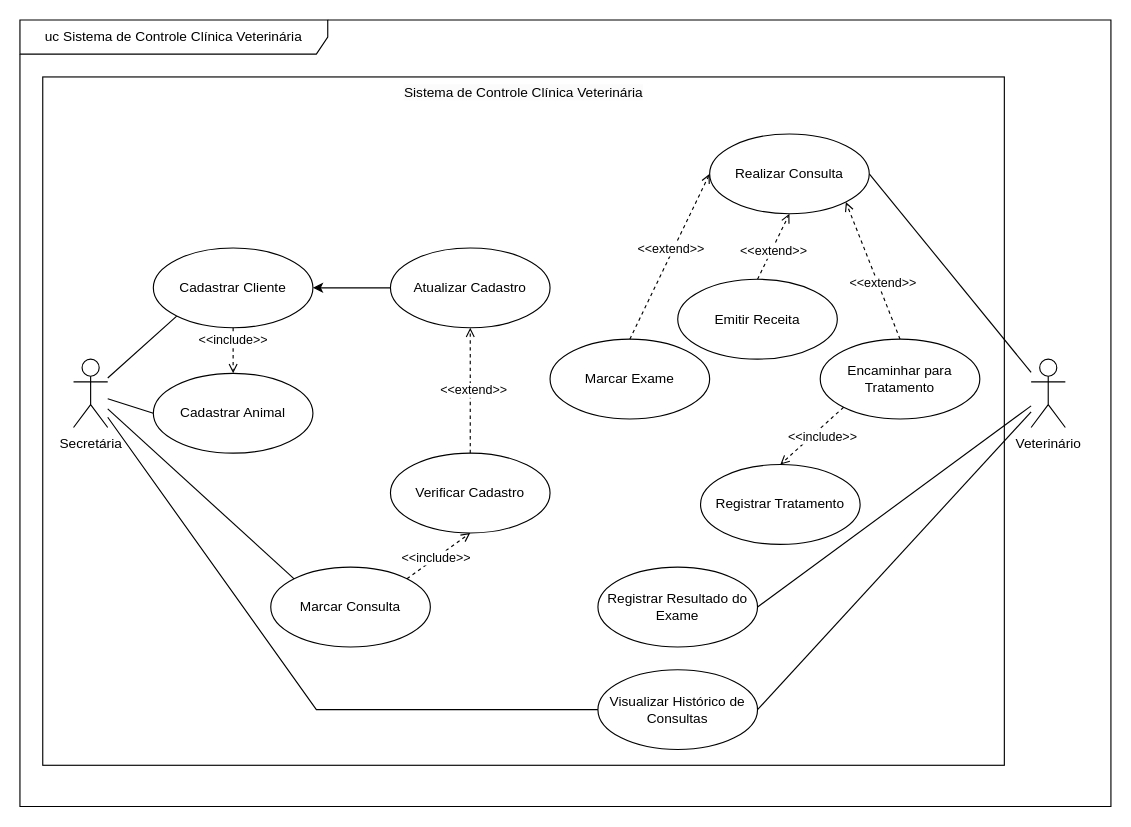
The draw.io diagram UC-Clinica-Veterinária(PDS).drawio in Beneilton-Martins/Sistema-de-Controle-de-Cl-nica-Veterin-ria, before the edit. Source tidied: cells renumbered, new cells numbered last; positions are measured from the earlier drawing's top-left corner, leaving out a move shared by most shapes. Both pictures are drawn from the tidied source at 114%, with x=0, y=0 at pixel (19, 19).
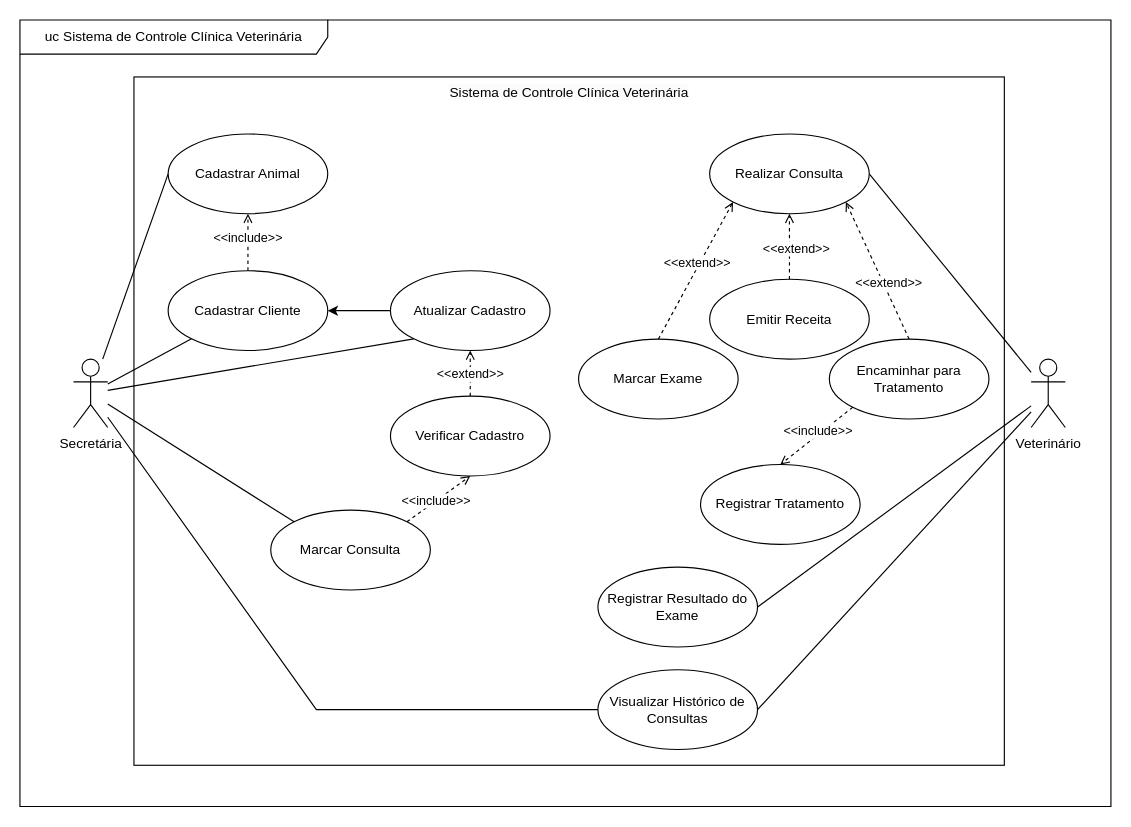
Above is the later version.

The change refers to these unchanged cells:
```xml
<mxCell id="7" value="Secretária" style="shape=umlActor;verticalLabelPosition=bottom;verticalAlign=top;html=1;align=center;labelBackgroundColor=#FFFFFF;labelBorderColor=none;" parent="1" vertex="1">
  <mxGeometry x="47" y="297.5" width="30" height="60" as="geometry" />
</mxCell>
<mxCell id="24" value="Realizar Consulta" style="ellipse;whiteSpace=wrap;html=1;align=center;" parent="1" vertex="1">
  <mxGeometry x="605" y="100" width="140" height="70" as="geometry" />
</mxCell>
<mxCell id="27" value="Registrar Tratamento" style="ellipse;whiteSpace=wrap;html=1;align=center;" parent="1" vertex="1">
  <mxGeometry x="597" y="390" width="140" height="70" as="geometry" />
</mxCell>
```

The edit, as a diff of the source:
```diff
@@
     <mxCell id="2" value="&lt;span style=&quot;color: rgb(0, 0, 0); font-family: Helvetica; font-size: 12px; font-style: normal; font-variant-ligatures: normal; font-variant-caps: normal; font-weight: 400; letter-spacing: normal; orphans: 2; text-indent: 0px; text-transform: none; widows: 2; word-spacing: 0px; -webkit-text-stroke-width: 0px; background-color: rgb(251, 251, 251); text-decoration-thickness: initial; text-decoration-style: initial; text-decoration-color: initial; float: none; display: inline !important;&quot;&gt;Sistema de Controle Clínica Veterinária&lt;/span&gt;" style="html=1;whiteSpace=wrap;align=center;verticalAlign=top;" parent="1" vertex="1">
-      <mxGeometry x="20" y="50" width="843.5" height="603.8" as="geometry" />
+      <mxGeometry x="100" y="50" width="763.5" height="603.8" as="geometry" />
     </mxCell>
@@
     <mxCell id="5" value="Cadastrar Animal" style="ellipse;whiteSpace=wrap;html=1;align=center;" parent="1" vertex="1">
-      <mxGeometry x="117" y="310" width="140" height="70" as="geometry" />
+      <mxGeometry x="130" y="100" width="140" height="70" as="geometry" />
     </mxCell>
@@
+    <mxCell id="33" style="rounded=0;jettySize=auto;html=1;exitX=0;exitY=1;exitDx=0;exitDy=0;endArrow=none;endFill=0;" parent="1" edge="1" source="9" target="7">
+      <mxGeometry relative="1" as="geometry" />
+    </mxCell>
     <mxCell id="9" value="Atualizar Cadastro" style="ellipse;whiteSpace=wrap;html=1;verticalAlign=middle;align=center;" parent="1" vertex="1">
-      <mxGeometry x="325" y="200" width="140" height="70" as="geometry" />
+      <mxGeometry x="325" y="220" width="140" height="70" as="geometry" />
     </mxCell>
@@
     <mxCell id="11" value="Cadastrar Cliente" style="ellipse;whiteSpace=wrap;html=1;align=center;" parent="1" vertex="1">
-      <mxGeometry x="117" y="200" width="140" height="70" as="geometry" />
+      <mxGeometry x="130" y="220" width="140" height="70" as="geometry" />
     </mxCell>
     <mxCell id="12" value="Marcar Consulta" style="ellipse;whiteSpace=wrap;html=1;align=center;" parent="1" vertex="1">
-      <mxGeometry x="220" y="480" width="140" height="70" as="geometry" />
+      <mxGeometry x="220" y="430" width="140" height="70" as="geometry" />
     </mxCell>
     <mxCell id="13" value="Marcar Exame" style="ellipse;whiteSpace=wrap;html=1;align=center;" parent="1" vertex="1">
-      <mxGeometry x="465" y="280" width="140" height="70" as="geometry" />
+      <mxGeometry x="490" y="280" width="140" height="70" as="geometry" />
     </mxCell>
@@
     <mxCell id="16" value="Emitir Receita" style="ellipse;whiteSpace=wrap;html=1;align=center;" parent="1" vertex="1">
-      <mxGeometry x="577" y="227.5" width="140" height="70" as="geometry" />
+      <mxGeometry x="605" y="227.5" width="140" height="70" as="geometry" />
     </mxCell>
     <mxCell id="17" value="Encaminhar para Tratamento" style="ellipse;whiteSpace=wrap;html=1;align=center;" parent="1" vertex="1">
-      <mxGeometry x="702" y="280" width="140" height="70" as="geometry" />
+      <mxGeometry x="710" y="280" width="140" height="70" as="geometry" />
     </mxCell>
@@
-    <mxCell id="25" value="&amp;lt;&amp;lt;extend&amp;gt;&amp;gt;" style="html=1;verticalAlign=bottom;labelBackgroundColor=default;endArrow=open;endFill=0;dashed=1;rounded=0;entryX=0;entryY=0.5;entryDx=0;entryDy=0;exitX=0.5;exitY=0;exitDx=0;exitDy=0;align=center;" parent="1" edge="1" source="13" target="24">
+    <mxCell id="25" value="&amp;lt;&amp;lt;extend&amp;gt;&amp;gt;" style="html=1;verticalAlign=bottom;labelBackgroundColor=default;endArrow=open;endFill=0;dashed=1;rounded=0;entryX=0;entryY=1;entryDx=0;entryDy=0;exitX=0.5;exitY=0;exitDx=0;exitDy=0;align=center;" parent="1" edge="1" source="13" target="24">
       <mxGeometry x="-0.02" y="-2" relative="1" as="geometry" />
     </mxCell>
@@
     <mxCell id="28" value="&amp;lt;&amp;lt;include&amp;gt;&amp;gt;" style="html=1;verticalAlign=bottom;labelBackgroundColor=default;endArrow=open;endFill=0;dashed=1;rounded=0;exitX=0;exitY=1;exitDx=0;exitDy=0;entryX=0.5;entryY=0;entryDx=0;entryDy=0;align=center;" parent="1" edge="1" source="17" target="27">
-      <mxGeometry x="0.01" y="13" relative="1" as="geometry">
-        <mxPoint x="1" as="offset" />
-      </mxGeometry>
+      <mxGeometry x="0.05" y="5" relative="1" as="geometry" />
     </mxCell>
     <mxCell id="29" value="Verificar Cadastro" style="ellipse;whiteSpace=wrap;html=1;align=center;" parent="1" vertex="1">
-      <mxGeometry x="325" y="380" width="140" height="70" as="geometry" />
+      <mxGeometry x="325" y="330" width="140" height="70" as="geometry" />
     </mxCell>
     <mxCell id="30" value="&amp;lt;&amp;lt;extend&amp;gt;&amp;gt;" style="html=1;verticalAlign=bottom;labelBackgroundColor=default;endArrow=open;endFill=0;dashed=1;rounded=0;entryX=0.5;entryY=1;entryDx=0;entryDy=0;exitX=0.5;exitY=0;exitDx=0;exitDy=0;align=center;" parent="1" edge="1" source="29" target="9">
-      <mxGeometry x="-0.17" y="-3" relative="1" as="geometry" />
+      <mxGeometry x="-0.5" relative="1" as="geometry" />
     </mxCell>
@@
-    <mxCell id="32" value="&amp;lt;&amp;lt;include&amp;gt;&amp;gt;" style="html=1;verticalAlign=bottom;labelBackgroundColor=default;endArrow=open;endFill=0;dashed=1;rounded=0;entryX=0.5;entryY=0;entryDx=0;entryDy=0;exitX=0.5;exitY=1;exitDx=0;exitDy=0;align=center;" parent="1" edge="1" source="11" target="5">
-      <mxGeometry relative="1" as="geometry" />
+    <mxCell id="32" value="&amp;lt;&amp;lt;include&amp;gt;&amp;gt;" style="html=1;verticalAlign=bottom;labelBackgroundColor=default;endArrow=open;endFill=0;dashed=1;rounded=0;entryX=0.5;entryY=1;entryDx=0;entryDy=0;exitX=0.5;exitY=0;exitDx=0;exitDy=0;align=center;" parent="1" edge="1" source="11" target="5">
+      <mxGeometry x="-0.2" relative="1" as="geometry" />
     </mxCell>
```
